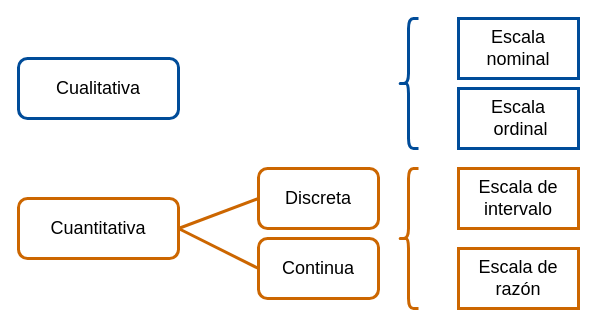
The draw.io diagram img/escalas.drawio in dgonxalex80/metodosySIM1, before the edit. Source tidied: cells renumbered, new cells numbered last; positions are measured from the earlier drawing's top-left corner, leaving out a move shared by most shapes. Both pictures are drawn from the tidied source at 100%, with x=0, y=0 at pixel (18, 18).
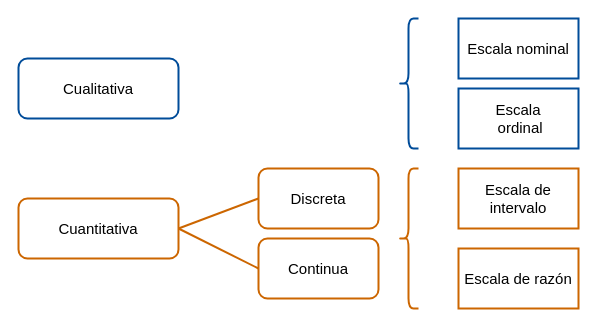
The same page after the edit.

Diff of the diagram source:
```diff
@@
 <mxGraphModel>
   <root>
     <mxCell id="0" />
     <mxCell id="1" parent="0" />
-    <mxCell id="2" value="Cualitativa" style="rounded=1;whiteSpace=wrap;html=1;labelBackgroundColor=none;fontFamily=Helvetica;fontSize=18;fillColor=none;strokeColor=#004C99;fontStyle=0;strokeWidth=3;" parent="1" vertex="1">
+    <mxCell id="2" value="Cualitativa" style="rounded=1;whiteSpace=wrap;html=1;labelBackgroundColor=none;fontFamily=Helvetica;fontSize=15;fillColor=none;strokeColor=#004C99;fontStyle=0;strokeWidth=2;" parent="1" vertex="1">
       <mxGeometry y="40" width="160" height="60" as="geometry" />
     </mxCell>
-    <mxCell id="3" value="Cuantitativa" style="rounded=1;whiteSpace=wrap;html=1;labelBackgroundColor=none;fontFamily=Helvetica;fontSize=18;fillColor=none;strokeColor=#CC6600;fontStyle=0;strokeWidth=3;" parent="1" vertex="1">
+    <mxCell id="3" value="Cuantitativa" style="rounded=1;whiteSpace=wrap;html=1;labelBackgroundColor=none;fontFamily=Helvetica;fontSize=15;fillColor=none;strokeColor=#CC6600;fontStyle=0;strokeWidth=2;" parent="1" vertex="1">
       <mxGeometry y="180" width="160" height="60" as="geometry" />
     </mxCell>
-    <mxCell id="4" value="Discreta" style="rounded=1;whiteSpace=wrap;html=1;labelBackgroundColor=none;fontFamily=Helvetica;fontSize=18;fillColor=none;strokeColor=#CC6600;fontStyle=0;strokeWidth=3;" parent="1" vertex="1">
+    <mxCell id="4" value="Discreta" style="rounded=1;whiteSpace=wrap;html=1;labelBackgroundColor=none;fontFamily=Helvetica;fontSize=15;fillColor=none;strokeColor=#CC6600;fontStyle=0;strokeWidth=2;" parent="1" vertex="1">
       <mxGeometry x="240" y="150" width="120" height="60" as="geometry" />
     </mxCell>
-    <mxCell id="5" value="Continua" style="rounded=1;whiteSpace=wrap;html=1;labelBackgroundColor=none;fontFamily=Helvetica;fontSize=18;fillColor=none;strokeColor=#CC6600;fontStyle=0;strokeWidth=3;" parent="1" vertex="1">
+    <mxCell id="5" value="Continua" style="rounded=1;whiteSpace=wrap;html=1;labelBackgroundColor=none;fontFamily=Helvetica;fontSize=15;fillColor=none;strokeColor=#CC6600;fontStyle=0;strokeWidth=2;" parent="1" vertex="1">
       <mxGeometry x="240" y="220" width="120" height="60" as="geometry" />
     </mxCell>
-    <mxCell id="6" style="endArrow=none;html=1;fontFamily=Helvetica;fontSize=18;exitX=1;exitY=0.5;exitDx=0;exitDy=0;entryX=0;entryY=0.5;entryDx=0;entryDy=0;strokeWidth=3;strokeColor=#CC6600;fontStyle=0;" parent="1" edge="1" source="3" target="5">
+    <mxCell id="6" style="endArrow=none;html=1;fontFamily=Helvetica;fontSize=15;exitX=1;exitY=0.5;exitDx=0;exitDy=0;entryX=0;entryY=0.5;entryDx=0;entryDy=0;strokeWidth=2;strokeColor=#CC6600;fontStyle=0;" parent="1" edge="1" source="3" target="5">
       <mxGeometry relative="1" as="geometry" />
     </mxCell>
-    <mxCell id="7" style="endArrow=none;html=1;fontFamily=Helvetica;fontSize=18;entryX=1;entryY=0.5;entryDx=0;entryDy=0;exitX=0;exitY=0.5;exitDx=0;exitDy=0;strokeWidth=3;strokeColor=#CC6600;fontStyle=0;" parent="1" edge="1" source="4" target="3">
+    <mxCell id="7" style="endArrow=none;html=1;fontFamily=Helvetica;fontSize=15;entryX=1;entryY=0.5;entryDx=0;entryDy=0;exitX=0;exitY=0.5;exitDx=0;exitDy=0;strokeWidth=2;strokeColor=#CC6600;fontStyle=0;" parent="1" edge="1" source="4" target="3">
       <mxGeometry relative="1" as="geometry" />
     </mxCell>
-    <mxCell id="8" value="Escala de intervalo" style="rounded=0;whiteSpace=wrap;html=1;fontSize=18;fontStyle=0;fontFamily=Helvetica;fillColor=none;strokeColor=#CC6600;strokeWidth=3;" parent="1" vertex="1">
+    <mxCell id="8" value="Escala de intervalo" style="rounded=0;whiteSpace=wrap;html=1;fontSize=15;fontStyle=0;fontFamily=Helvetica;fillColor=none;strokeColor=#CC6600;strokeWidth=2;" parent="1" vertex="1">
       <mxGeometry x="440" y="150" width="120" height="60" as="geometry" />
     </mxCell>
-    <mxCell id="9" value="Escala de razón" style="rounded=0;whiteSpace=wrap;html=1;fontSize=18;fontStyle=0;fontFamily=Helvetica;fillColor=none;strokeColor=#CC6600;strokeWidth=3;" parent="1" vertex="1">
+    <mxCell id="9" value="Escala de razón" style="rounded=0;whiteSpace=wrap;html=1;fontSize=15;fontStyle=0;fontFamily=Helvetica;fillColor=none;strokeColor=#CC6600;strokeWidth=2;" parent="1" vertex="1">
       <mxGeometry x="440" y="230" width="120" height="60" as="geometry" />
     </mxCell>
-    <mxCell id="10" value="Escala nominal" style="rounded=0;whiteSpace=wrap;html=1;fontSize=18;fontStyle=0;fontFamily=Helvetica;fillColor=none;strokeColor=#004C99;strokeWidth=3;" parent="1" vertex="1">
+    <mxCell id="10" value="Escala nominal" style="rounded=0;whiteSpace=wrap;html=1;fontSize=15;fontStyle=0;fontFamily=Helvetica;fillColor=none;strokeColor=#004C99;strokeWidth=2;" parent="1" vertex="1">
       <mxGeometry x="440" width="120" height="60" as="geometry" />
     </mxCell>
-    <mxCell id="11" value="Escala&lt;br&gt;&amp;nbsp;ordinal" style="rounded=0;whiteSpace=wrap;html=1;fontSize=18;fontStyle=0;fontFamily=Helvetica;fillColor=none;strokeColor=#004C99;strokeWidth=3;" parent="1" vertex="1">
+    <mxCell id="11" value="Escala&lt;br style=&quot;font-size: 15px;&quot;&gt;&amp;nbsp;ordinal" style="rounded=0;whiteSpace=wrap;html=1;fontSize=15;fontStyle=0;fontFamily=Helvetica;fillColor=none;strokeColor=#004C99;strokeWidth=2;" parent="1" vertex="1">
       <mxGeometry x="440" y="70" width="120" height="60" as="geometry" />
     </mxCell>
-    <mxCell id="12" style="shape=curlyBracket;whiteSpace=wrap;html=1;rounded=1;fontFamily=Helvetica;strokeWidth=3;strokeColor=#CC6600;fontStyle=0;" parent="1" vertex="1">
+    <mxCell id="12" style="shape=curlyBracket;whiteSpace=wrap;html=1;rounded=1;fontFamily=Helvetica;strokeWidth=2;strokeColor=#CC6600;fontStyle=0;fontSize=15;" parent="1" vertex="1">
       <mxGeometry x="380" y="150" width="20" height="140" as="geometry" />
     </mxCell>
-    <mxCell id="13" style="shape=curlyBracket;whiteSpace=wrap;html=1;rounded=1;fontFamily=Helvetica;strokeWidth=3;strokeColor=#004C99;fontStyle=0;" parent="1" vertex="1">
+    <mxCell id="13" style="shape=curlyBracket;whiteSpace=wrap;html=1;rounded=1;fontFamily=Helvetica;strokeWidth=2;strokeColor=#004C99;fontStyle=0;fontSize=15;" parent="1" vertex="1">
       <mxGeometry x="380" width="20" height="130" as="geometry" />
     </mxCell>
   </root>
 </mxGraphModel>
```
